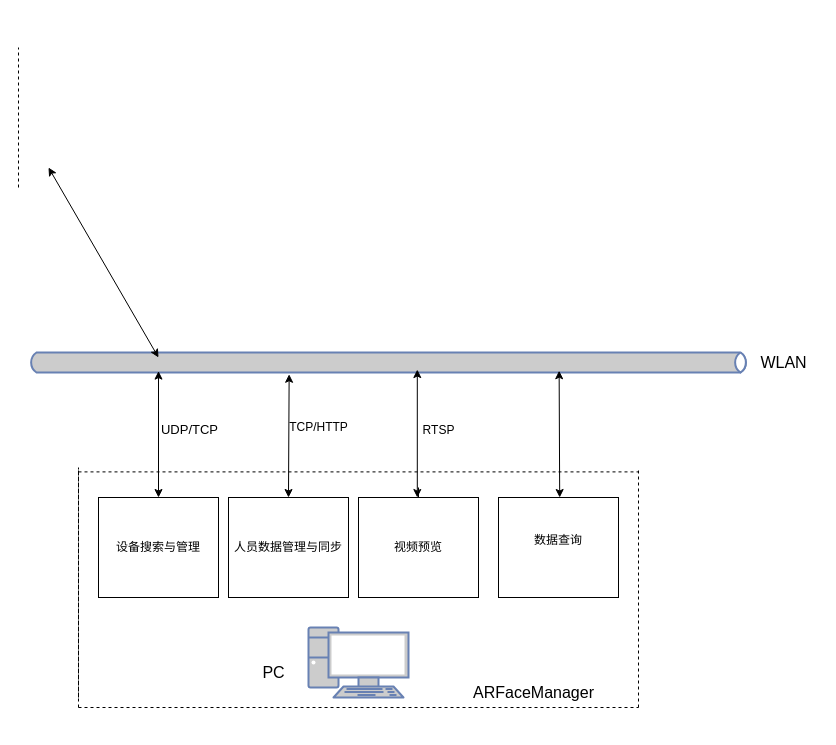
This is 未命名绘图.drawio from walkblank/yanxuan, a draw.io file, before an edit. Source tidied: cells renumbered, new cells numbered last; positions are measured from the earlier drawing's top-left corner, leaving out a move shared by most shapes. Both pictures are drawn from the tidied source at 100%, with x=0, y=0 at pixel (18, 47).
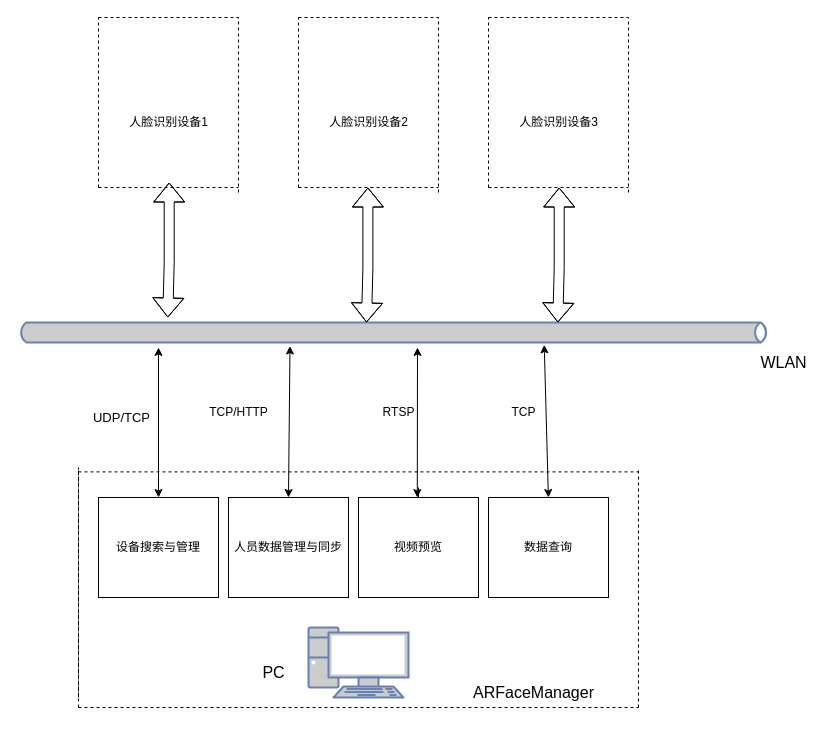
The same page after the edit.

Commit message:
更新未命名绘图.drawio

The change refers to these unchanged cells:
```xml
<mxCell id="16" value="&lt;div&gt;人员数据管理与同步&lt;/div&gt;" style="whiteSpace=wrap;html=1;align=center;verticalAlign=middle;newEdgeStyle={&quot;edgeStyle&quot;:&quot;elbowEdgeStyle&quot;,&quot;startArrow&quot;:&quot;none&quot;,&quot;endArrow&quot;:&quot;none&quot;};flipH=1;" parent="1" vertex="1">
  <mxGeometry x="210" y="450" width="120" height="100" as="geometry" />
</mxCell>
```

The edit, as a diff of the source:
```diff
@@
     <mxCell id="2" style="html=1;fillColor=#CCCCCC;strokeColor=#6881B3;gradientColor=none;gradientDirection=north;strokeWidth=2;shape=mxgraph.networks.bus;gradientColor=none;gradientDirection=north;fontColor=#ffffff;perimeter=backbonePerimeter;backboneSize=20;" parent="1" vertex="1">
-      <mxGeometry x="10" y="300" width="720" height="30" as="geometry" />
+      <mxGeometry y="270" width="750" height="30" as="geometry" />
     </mxCell>
@@
     <mxCell id="12" style="endArrow=none;dashed=1;html=1;rounded=0;" parent="1" edge="1">
       <mxGeometry relative="1" as="geometry">
-        <mxPoint y="140" as="sourcePoint" />
-        <mxPoint as="targetPoint" />
+        <mxPoint x="80" y="140" as="sourcePoint" />
+        <mxPoint x="80" y="-30" as="targetPoint" />
       </mxGeometry>
     </mxCell>
@@
     <mxCell id="14" style="endArrow=classic;startArrow=classic;html=1;rounded=0;" parent="1" edge="1">
       <mxGeometry relative="1" as="geometry">
         <mxPoint x="140" y="450" as="sourcePoint" />
-        <mxPoint x="140" y="323.6" as="targetPoint" />
+        <mxPoint x="140" y="300" as="targetPoint" />
       </mxGeometry>
     </mxCell>
     <mxCell id="15" value="UDP/TCP" style="edgeLabel;html=1;align=center;verticalAlign=middle;fontSize=13;" parent="14" vertex="1">
       <mxGeometry x="0.24" y="-2" relative="1" as="geometry">
-        <mxPoint x="28" y="9" as="offset" />
+        <mxPoint x="-40" y="12" as="offset" />
       </mxGeometry>
     </mxCell>
@@
-    <mxCell id="17" value="&lt;div&gt;数据查询&lt;/div&gt;&lt;div&gt;&lt;br&gt;&lt;/div&gt;" style="whiteSpace=wrap;html=1;align=center;verticalAlign=middle;newEdgeStyle={&quot;edgeStyle&quot;:&quot;elbowEdgeStyle&quot;,&quot;startArrow&quot;:&quot;none&quot;,&quot;endArrow&quot;:&quot;none&quot;};flipH=1;" parent="1" vertex="1">
-      <mxGeometry x="480" y="450" width="120" height="100" as="geometry" />
+    <mxCell id="17" value="&lt;div&gt;数据查询&lt;/div&gt;" style="whiteSpace=wrap;html=1;align=center;verticalAlign=middle;newEdgeStyle={&quot;edgeStyle&quot;:&quot;elbowEdgeStyle&quot;,&quot;startArrow&quot;:&quot;none&quot;,&quot;endArrow&quot;:&quot;none&quot;};flipH=1;" parent="1" vertex="1">
+      <mxGeometry x="470" y="450" width="120" height="100" as="geometry" />
     </mxCell>
@@
-    <mxCell id="20" style="endArrow=classic;startArrow=classic;html=1;rounded=0;entryX=0.362;entryY=0.892;entryDx=0;entryDy=0;entryPerimeter=0;exitX=0.5;exitY=0;exitDx=0;exitDy=0;" parent="1" edge="1" source="16" target="2">
+    <mxCell id="20" style="endArrow=classic;startArrow=classic;html=1;rounded=0;entryX=0.362;entryY=0.951;entryDx=0;entryDy=0;entryPerimeter=0;exitX=0.5;exitY=0;exitDx=0;exitDy=0;" parent="1" edge="1" source="16" target="2">
       <mxGeometry relative="1" as="geometry" />
     </mxCell>
     <mxCell id="21" value="&lt;div&gt;TCP/HTTP&lt;/div&gt;" style="text;html=1;align=center;verticalAlign=middle;strokeColor=none;fillColor=none;" parent="1" vertex="1">
-      <mxGeometry x="260" y="365" width="80" height="30" as="geometry" />
+      <mxGeometry x="180" y="350" width="80" height="30" as="geometry" />
     </mxCell>
-    <mxCell id="22" style="endArrow=classic;startArrow=classic;html=1;rounded=0;exitX=0.434;exitY=-0.032;exitDx=0;exitDy=0;exitPerimeter=0;entryX=0.54;entryY=0.735;entryDx=0;entryDy=0;entryPerimeter=0;" parent="1" edge="1" target="2">
+    <mxCell id="22" style="endArrow=classic;startArrow=classic;html=1;rounded=0;exitX=0.434;exitY=-0.032;exitDx=0;exitDy=0;exitPerimeter=0;entryX=0.532;entryY=1;entryDx=0;entryDy=0;entryPerimeter=0;" parent="1" edge="1" target="2">
       <mxGeometry relative="1" as="geometry">
         <mxPoint x="398.8" y="450" as="sourcePoint" />
       </mxGeometry>
     </mxCell>
     <mxCell id="23" value="RTSP" style="text;html=1;align=center;verticalAlign=middle;strokeColor=none;fillColor=none;" parent="1" vertex="1">
-      <mxGeometry x="390" y="368" width="60" height="30" as="geometry" />
+      <mxGeometry x="350" y="350" width="60" height="30" as="geometry" />
     </mxCell>
-    <mxCell id="24" style="endArrow=classic;startArrow=classic;html=1;rounded=0;" parent="1" edge="1">
-      <mxGeometry relative="1" as="geometry">
-        <mxPoint x="140" y="310" as="sourcePoint" />
-        <mxPoint x="30" y="120" as="targetPoint" />
-      </mxGeometry>
-    </mxCell>
-    <mxCell id="25" style="endArrow=classic;startArrow=classic;html=1;rounded=0;entryX=0.737;entryY=0.775;entryDx=0;entryDy=0;entryPerimeter=0;" parent="1" edge="1" target="2">
+    <mxCell id="25" style="endArrow=classic;startArrow=classic;html=1;rounded=0;entryX=0.701;entryY=0.912;entryDx=0;entryDy=0;entryPerimeter=0;" parent="1" edge="1" target="2">
       <mxGeometry relative="1" as="geometry">
-        <mxPoint x="541.2" y="450" as="sourcePoint" />
+        <mxPoint x="529.9" y="450" as="sourcePoint" />
       </mxGeometry>
     </mxCell>
+    <mxCell id="26" value="&lt;div&gt;TCP&lt;/div&gt;" style="text;html=1;align=center;verticalAlign=middle;strokeColor=none;fillColor=none;" parent="1" vertex="1">
+      <mxGeometry x="480" y="350" width="50" height="30" as="geometry" />
+    </mxCell>
+    <mxCell id="27" style="endArrow=none;dashed=1;html=1;rounded=0;" parent="1" edge="1">
+      <mxGeometry relative="1" as="geometry">
+        <mxPoint x="80" y="-30" as="sourcePoint" />
+        <mxPoint x="220" y="-30" as="targetPoint" />
+      </mxGeometry>
+    </mxCell>
+    <mxCell id="28" style="endArrow=none;dashed=1;html=1;rounded=0;" parent="1" edge="1">
+      <mxGeometry relative="1" as="geometry">
+        <mxPoint x="80" y="140" as="sourcePoint" />
+        <mxPoint x="220" y="140" as="targetPoint" />
+      </mxGeometry>
+    </mxCell>
+    <mxCell id="29" style="endArrow=none;dashed=1;html=1;rounded=0;" parent="1" edge="1">
+      <mxGeometry relative="1" as="geometry">
+        <mxPoint x="220" y="145" as="sourcePoint" />
+        <mxPoint x="220" y="-30" as="targetPoint" />
+      </mxGeometry>
+    </mxCell>
+    <mxCell id="30" value="&lt;div&gt;人脸识别设备1&lt;/div&gt;" style="text;html=1;align=center;verticalAlign=middle;strokeColor=none;fillColor=none;" parent="1" vertex="1">
+      <mxGeometry x="100" y="60" width="100" height="30" as="geometry" />
+    </mxCell>
+    <mxCell id="31" style="endArrow=none;dashed=1;html=1;rounded=0;" parent="1" edge="1">
+      <mxGeometry relative="1" as="geometry">
+        <mxPoint x="280" y="140" as="sourcePoint" />
+        <mxPoint x="280" y="-30" as="targetPoint" />
+      </mxGeometry>
+    </mxCell>
+    <mxCell id="32" style="endArrow=none;dashed=1;html=1;rounded=0;" parent="1" edge="1">
+      <mxGeometry relative="1" as="geometry">
+        <mxPoint x="280" y="-30" as="sourcePoint" />
+        <mxPoint x="420" y="-30" as="targetPoint" />
+      </mxGeometry>
+    </mxCell>
+    <mxCell id="33" style="endArrow=none;dashed=1;html=1;rounded=0;" parent="1" edge="1">
+      <mxGeometry relative="1" as="geometry">
+        <mxPoint x="280" y="140" as="sourcePoint" />
+        <mxPoint x="420" y="140" as="targetPoint" />
+      </mxGeometry>
+    </mxCell>
+    <mxCell id="34" style="endArrow=none;dashed=1;html=1;rounded=0;" parent="1" edge="1">
+      <mxGeometry relative="1" as="geometry">
+        <mxPoint x="420" y="145" as="sourcePoint" />
+        <mxPoint x="420" y="-30" as="targetPoint" />
+      </mxGeometry>
+    </mxCell>
+    <mxCell id="35" value="&lt;div&gt;人脸识别设备2&lt;/div&gt;" style="text;html=1;align=center;verticalAlign=middle;strokeColor=none;fillColor=none;" parent="1" vertex="1">
+      <mxGeometry x="300" y="60" width="100" height="30" as="geometry" />
+    </mxCell>
+    <mxCell id="36" style="shape=flexArrow;endArrow=classic;startArrow=classic;html=1;rounded=0;entryX=0.464;entryY=0.167;entryDx=0;entryDy=0;entryPerimeter=0;" parent="1" edge="1" target="2">
+      <mxGeometry relative="1" as="geometry">
+        <mxPoint x="349.4" y="140" as="sourcePoint" />
+        <Array as="points">
+          <mxPoint x="349.4" y="220" />
+        </Array>
+      </mxGeometry>
+    </mxCell>
+    <mxCell id="37" style="shape=flexArrow;endArrow=classic;startArrow=classic;html=1;rounded=0;entryX=0.464;entryY=0.167;entryDx=0;entryDy=0;entryPerimeter=0;" parent="1" edge="1">
+      <mxGeometry relative="1" as="geometry">
+        <mxPoint x="150.7" y="135" as="sourcePoint" />
+        <mxPoint x="149.3" y="270" as="targetPoint" />
+        <Array as="points">
+          <mxPoint x="150.7" y="215" />
+        </Array>
+      </mxGeometry>
+    </mxCell>
+    <mxCell id="38" style="endArrow=none;dashed=1;html=1;rounded=0;" parent="1" edge="1">
+      <mxGeometry relative="1" as="geometry">
+        <mxPoint x="470" y="140" as="sourcePoint" />
+        <mxPoint x="470" y="-30" as="targetPoint" />
+      </mxGeometry>
+    </mxCell>
+    <mxCell id="39" style="endArrow=none;dashed=1;html=1;rounded=0;" parent="1" edge="1">
+      <mxGeometry relative="1" as="geometry">
+        <mxPoint x="470" y="-30" as="sourcePoint" />
+        <mxPoint x="610" y="-30" as="targetPoint" />
+      </mxGeometry>
+    </mxCell>
+    <mxCell id="40" style="endArrow=none;dashed=1;html=1;rounded=0;" parent="1" edge="1">
+      <mxGeometry relative="1" as="geometry">
+        <mxPoint x="470" y="140" as="sourcePoint" />
+        <mxPoint x="610" y="140" as="targetPoint" />
+      </mxGeometry>
+    </mxCell>
+    <mxCell id="41" style="endArrow=none;dashed=1;html=1;rounded=0;" parent="1" edge="1">
+      <mxGeometry relative="1" as="geometry">
+        <mxPoint x="610" y="145" as="sourcePoint" />
+        <mxPoint x="610" y="-30" as="targetPoint" />
+      </mxGeometry>
+    </mxCell>
+    <mxCell id="42" value="&lt;div&gt;人脸识别设备3&lt;/div&gt;" style="text;html=1;align=center;verticalAlign=middle;strokeColor=none;fillColor=none;" parent="1" vertex="1">
+      <mxGeometry x="490" y="60" width="100" height="30" as="geometry" />
+    </mxCell>
+    <mxCell id="43" style="shape=flexArrow;endArrow=classic;startArrow=classic;html=1;rounded=0;entryX=0.464;entryY=0.167;entryDx=0;entryDy=0;entryPerimeter=0;" parent="1" edge="1">
+      <mxGeometry relative="1" as="geometry">
+        <mxPoint x="540.7" y="140" as="sourcePoint" />
+        <mxPoint x="539.3" y="275" as="targetPoint" />
+        <Array as="points">
+          <mxPoint x="540.7" y="220" />
+        </Array>
+      </mxGeometry>
+    </mxCell>
```
